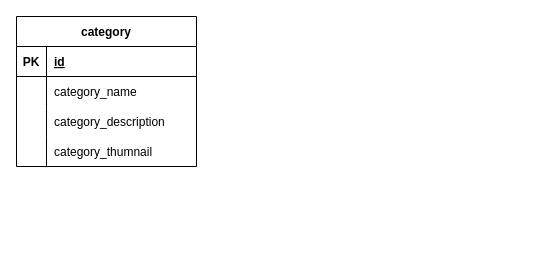
Above: page "Page-2" (2 of 2) of app.drawio in luonverak/Laravel-Class-Sunday-1-5 (draw.io), before the change. Source tidied: cells renumbered, new cells numbered last; positions are measured from the earlier drawing's top-left corner, leaving out a move shared by most shapes. Both pictures are drawn from the tidied source at 100%, with x=0, y=0 at pixel (16, 16).
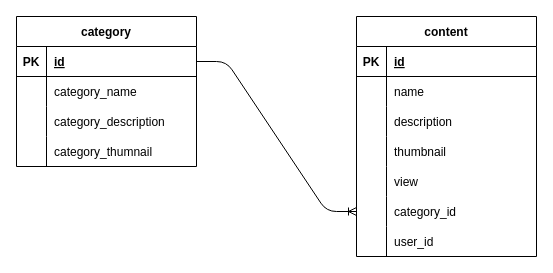
After the change.

Unchanged cells that the change refers to:
```xml
<mxCell id="3" style="shape=tableRow;horizontal=0;startSize=0;swimlaneHead=0;swimlaneBody=0;fillColor=none;points=[[0,0.5],[1,0.5]];portConstraint=eastwest;top=0;left=0;right=0;bottom=1;" parent="2" vertex="1">
  <mxGeometry y="30" width="180" height="30" as="geometry" />
</mxCell>
```

Diff of the diagram source:
```diff
@@
+    <mxCell id="15" value="content" style="shape=table;startSize=30;childLayout=tableLayout;rowLines=0;fontStyle=1;align=center;" parent="1" vertex="1">
+      <mxGeometry x="340" width="180" height="240" as="geometry" />
+    </mxCell>
+    <mxCell id="16" style="shape=tableRow;horizontal=0;startSize=0;swimlaneHead=0;swimlaneBody=0;fillColor=none;top=0;left=0;right=0;bottom=1;" parent="15" vertex="1">
+      <mxGeometry y="30" width="180" height="30" as="geometry" />
+    </mxCell>
+    <mxCell id="17" value="PK" style="shape=partialRectangle;fillColor=none;top=0;left=0;bottom=0;right=0;fontStyle=1;overflow=hidden;" parent="16" vertex="1">
+      <mxGeometry width="30" height="30" as="geometry" />
+    </mxCell>
+    <mxCell id="18" value="id" style="shape=partialRectangle;fillColor=none;top=0;left=0;bottom=0;right=0;align=left;spacingLeft=6;fontStyle=5;overflow=hidden;" parent="16" vertex="1">
+      <mxGeometry x="30" width="150" height="30" as="geometry" />
+    </mxCell>
+    <mxCell id="19" style="shape=tableRow;horizontal=0;startSize=0;swimlaneHead=0;swimlaneBody=0;fillColor=none;top=0;left=0;right=0;bottom=0;" parent="15" vertex="1">
+      <mxGeometry y="60" width="180" height="30" as="geometry" />
+    </mxCell>
+    <mxCell id="20" style="shape=partialRectangle;fillColor=none;top=0;left=0;bottom=0;right=0;overflow=hidden;" parent="19" vertex="1">
+      <mxGeometry width="30" height="30" as="geometry" />
+    </mxCell>
+    <mxCell id="21" value="name" style="shape=partialRectangle;fillColor=none;top=0;left=0;bottom=0;right=0;align=left;spacingLeft=6;overflow=hidden;" parent="19" vertex="1">
+      <mxGeometry x="30" width="150" height="30" as="geometry" />
+    </mxCell>
+    <mxCell id="22" style="shape=tableRow;horizontal=0;startSize=0;swimlaneHead=0;swimlaneBody=0;fillColor=none;top=0;left=0;right=0;bottom=0;" parent="15" vertex="1">
+      <mxGeometry y="90" width="180" height="30" as="geometry" />
+    </mxCell>
+    <mxCell id="23" style="shape=partialRectangle;fillColor=none;top=0;left=0;bottom=0;right=0;overflow=hidden;" parent="22" vertex="1">
+      <mxGeometry width="30" height="30" as="geometry" />
+    </mxCell>
+    <mxCell id="24" value="description" style="shape=partialRectangle;fillColor=none;top=0;left=0;bottom=0;right=0;align=left;spacingLeft=6;overflow=hidden;" parent="22" vertex="1">
+      <mxGeometry x="30" width="150" height="30" as="geometry" />
+    </mxCell>
+    <mxCell id="25" style="shape=tableRow;horizontal=0;startSize=0;swimlaneHead=0;swimlaneBody=0;fillColor=none;top=0;left=0;right=0;bottom=0;" parent="15" vertex="1">
+      <mxGeometry y="120" width="180" height="30" as="geometry" />
+    </mxCell>
+    <mxCell id="26" style="shape=partialRectangle;fillColor=none;top=0;left=0;bottom=0;right=0;overflow=hidden;" parent="25" vertex="1">
+      <mxGeometry width="30" height="30" as="geometry" />
+    </mxCell>
+    <mxCell id="27" value="thumbnail" style="shape=partialRectangle;fillColor=none;top=0;left=0;bottom=0;right=0;align=left;spacingLeft=6;overflow=hidden;" parent="25" vertex="1">
+      <mxGeometry x="30" width="150" height="30" as="geometry" />
+    </mxCell>
+    <mxCell id="28" style="shape=tableRow;horizontal=0;startSize=0;swimlaneHead=0;swimlaneBody=0;fillColor=none;top=0;left=0;right=0;bottom=0;" parent="15" vertex="1">
+      <mxGeometry y="150" width="180" height="30" as="geometry" />
+    </mxCell>
+    <mxCell id="29" style="shape=partialRectangle;fillColor=none;top=0;left=0;bottom=0;right=0;overflow=hidden;" parent="28" vertex="1">
+      <mxGeometry width="30" height="30" as="geometry" />
+    </mxCell>
+    <mxCell id="30" value="view" style="shape=partialRectangle;fillColor=none;top=0;left=0;bottom=0;right=0;align=left;spacingLeft=6;overflow=hidden;" parent="28" vertex="1">
+      <mxGeometry x="30" width="150" height="30" as="geometry" />
+    </mxCell>
+    <mxCell id="31" style="shape=tableRow;horizontal=0;startSize=0;swimlaneHead=0;swimlaneBody=0;fillColor=none;points=[[0,0.5],[1,0.5]];portConstraint=eastwest;top=0;left=0;right=0;bottom=0;" parent="15" vertex="1">
+      <mxGeometry y="180" width="180" height="30" as="geometry" />
+    </mxCell>
+    <mxCell id="32" style="shape=partialRectangle;fillColor=none;top=0;left=0;bottom=0;right=0;overflow=hidden;" parent="31" vertex="1">
+      <mxGeometry width="30" height="30" as="geometry" />
+    </mxCell>
+    <mxCell id="33" value="category_id" style="shape=partialRectangle;fillColor=none;top=0;left=0;bottom=0;right=0;align=left;spacingLeft=6;overflow=hidden;" parent="31" vertex="1">
+      <mxGeometry x="30" width="150" height="30" as="geometry" />
+    </mxCell>
+    <mxCell id="34" style="shape=tableRow;horizontal=0;startSize=0;swimlaneHead=0;swimlaneBody=0;fillColor=none;top=0;left=0;right=0;bottom=0;" parent="15" vertex="1">
+      <mxGeometry y="210" width="180" height="30" as="geometry" />
+    </mxCell>
+    <mxCell id="35" style="shape=partialRectangle;fillColor=none;top=0;left=0;bottom=0;right=0;overflow=hidden;" parent="34" vertex="1">
+      <mxGeometry width="30" height="30" as="geometry" />
+    </mxCell>
+    <mxCell id="36" value="user_id" style="shape=partialRectangle;fillColor=none;top=0;left=0;bottom=0;right=0;align=left;spacingLeft=6;overflow=hidden;" parent="34" vertex="1">
+      <mxGeometry x="30" width="150" height="30" as="geometry" />
+    </mxCell>
+    <mxCell id="37" style="edgeStyle=entityRelationEdgeStyle;fontSize=12;html=1;endArrow=ERoneToMany;exitX=1;exitY=0.5;exitDx=0;exitDy=0;entryX=0;entryY=0.5;entryDx=0;entryDy=0;" parent="1" edge="1" source="3" target="31">
+      <mxGeometry relative="1" as="geometry" />
+    </mxCell>
```
